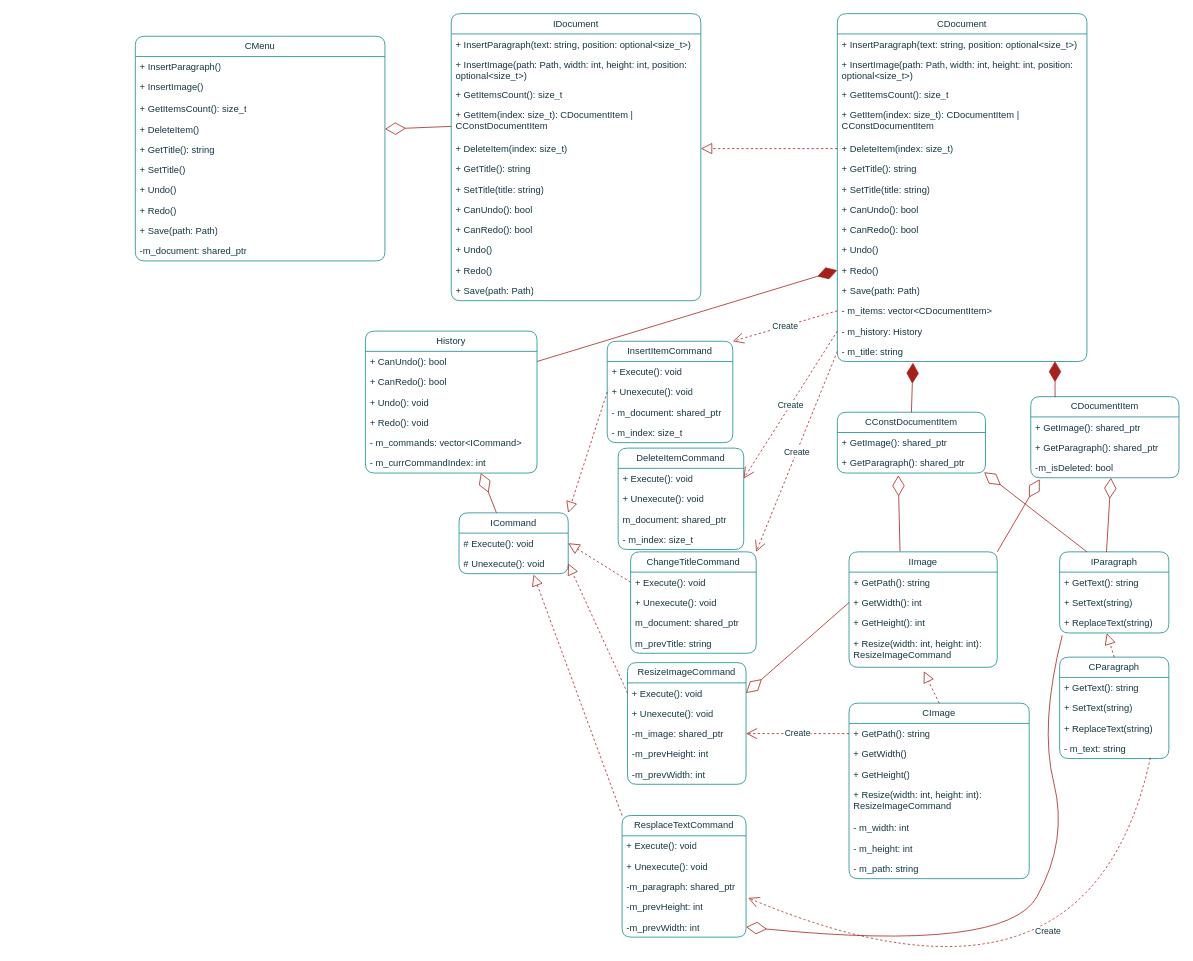
Above: lab5/DocumentEditor.drawio in KRASILNIKOV30/ood (draw.io), before the change. Source tidied: cells renumbered, new cells numbered last; positions are measured from the earlier drawing's top-left corner, leaving out a move shared by most shapes. Both pictures are drawn from the tidied source at 78%, with x=0, y=0 at pixel (135, 13).
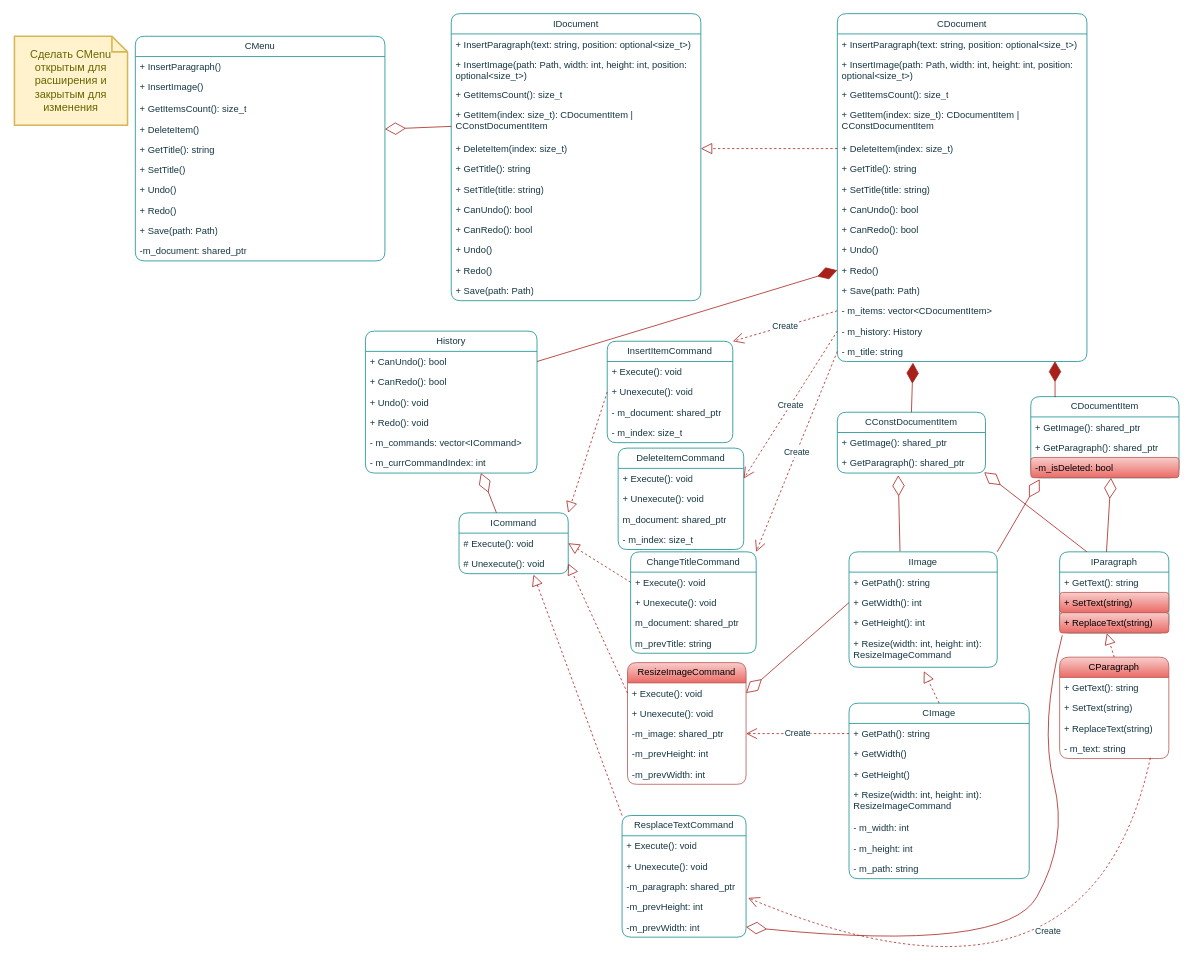
Above is the later version.

The change refers to these unchanged cells:
```xml
<mxCell id="15" value="IParagraph" style="swimlane;fontStyle=0;horizontal=1;startSize=26;fillColor=none;whiteSpace=wrap;html=1;strokeColor=#0F8B8D;fontColor=#143642;rounded=1;labelBackgroundColor=none;" parent="1" vertex="1">
  <mxGeometry x="1185" y="690" width="140" height="104" as="geometry" />
</mxCell>
<mxCell id="27" value="CDocumentItem" style="swimlane;fontStyle=0;horizontal=1;startSize=26;fillColor=none;whiteSpace=wrap;html=1;strokeColor=#0F8B8D;fontColor=#143642;rounded=1;labelBackgroundColor=none;" parent="1" vertex="1">
  <mxGeometry x="1148" y="491" width="190" height="104" as="geometry" />
</mxCell>
```

The edit, as a diff of the source:
```diff
@@
-    <mxCell id="17" value="+ SetText(string)" style="text;strokeColor=none;fillColor=none;align=left;verticalAlign=top;spacingLeft=4;spacingRight=4;overflow=hidden;whiteSpace=wrap;html=1;fontColor=#143642;rounded=1;labelBackgroundColor=none;" parent="15" vertex="1">
+    <mxCell id="17" value="+ SetText(string)" style="text;strokeColor=#b85450;fillColor=#f8cecc;align=left;verticalAlign=top;spacingLeft=4;spacingRight=4;overflow=hidden;whiteSpace=wrap;html=1;rounded=1;labelBackgroundColor=none;gradientColor=#ea6b66;" parent="15" vertex="1">
       <mxGeometry y="52" width="140" height="26" as="geometry" />
     </mxCell>
-    <mxCell id="18" value="+ ReplaceText(string)" style="text;strokeColor=none;fillColor=none;align=left;verticalAlign=top;spacingLeft=4;spacingRight=4;overflow=hidden;points=[[0,0.5],[1,0.5]];portConstraint=eastwest;whiteSpace=wrap;html=1;fontColor=#143642;rounded=1;labelBackgroundColor=none;" parent="15" vertex="1">
+    <mxCell id="18" value="+ ReplaceText(string)" style="text;strokeColor=#b85450;fillColor=#f8cecc;align=left;verticalAlign=top;spacingLeft=4;spacingRight=4;overflow=hidden;points=[[0,0.5],[1,0.5]];portConstraint=eastwest;whiteSpace=wrap;html=1;rounded=1;labelBackgroundColor=none;gradientColor=#ea6b66;" parent="15" vertex="1">
       <mxGeometry y="78" width="140" height="26" as="geometry" />
     </mxCell>
@@
-    <mxCell id="30" value="-m_isDeleted: bool" style="text;strokeColor=none;fillColor=none;align=left;verticalAlign=top;spacingLeft=4;spacingRight=4;overflow=hidden;points=[[0,0.5],[1,0.5]];portConstraint=eastwest;whiteSpace=wrap;html=1;fontColor=#143642;rounded=1;labelBackgroundColor=none;" parent="27" vertex="1">
+    <mxCell id="30" value="-m_isDeleted: bool" style="text;strokeColor=#b85450;fillColor=#f8cecc;align=left;verticalAlign=top;spacingLeft=4;spacingRight=4;overflow=hidden;points=[[0,0.5],[1,0.5]];portConstraint=eastwest;whiteSpace=wrap;html=1;rounded=1;labelBackgroundColor=none;gradientColor=#ea6b66;" parent="27" vertex="1">
       <mxGeometry y="78" width="190" height="26" as="geometry" />
     </mxCell>
@@
-    <mxCell id="65" value="ResizeImageCommand" style="swimlane;fontStyle=0;horizontal=1;startSize=26;fillColor=none;whiteSpace=wrap;html=1;strokeColor=#0F8B8D;fontColor=#143642;rounded=1;labelBackgroundColor=none;" parent="1" vertex="1">
+    <mxCell id="65" value="ResizeImageCommand" style="swimlane;fontStyle=0;horizontal=1;startSize=26;fillColor=#f8cecc;whiteSpace=wrap;html=1;strokeColor=#b85450;rounded=1;labelBackgroundColor=none;gradientColor=#ea6b66;" parent="1" vertex="1">
       <mxGeometry x="631" y="832" width="152" height="156" as="geometry" />
     </mxCell>
@@
-    <mxCell id="87" value="CParagraph" style="swimlane;fontStyle=0;horizontal=1;startSize=26;fillColor=none;whiteSpace=wrap;html=1;strokeColor=#0F8B8D;fontColor=#143642;rounded=1;labelBackgroundColor=none;" parent="1" vertex="1">
+    <mxCell id="87" value="CParagraph" style="swimlane;fontStyle=0;horizontal=1;startSize=26;fillColor=#f8cecc;whiteSpace=wrap;html=1;strokeColor=#b85450;rounded=1;labelBackgroundColor=none;gradientColor=#ea6b66;" parent="1" vertex="1">
       <mxGeometry x="1185" y="825" width="140" height="130" as="geometry" />
     </mxCell>
@@
+    <mxCell id="131" value="Сделать CMenu открытым для расширения и закрытым для изменения" style="shape=note;strokeWidth=2;fontSize=14;size=20;whiteSpace=wrap;html=1;fillColor=#fff2cc;strokeColor=#d6b656;fontColor=#666600;" parent="1" vertex="1">
+      <mxGeometry x="-155" y="29" width="145" height="114" as="geometry" />
+    </mxCell>
```
